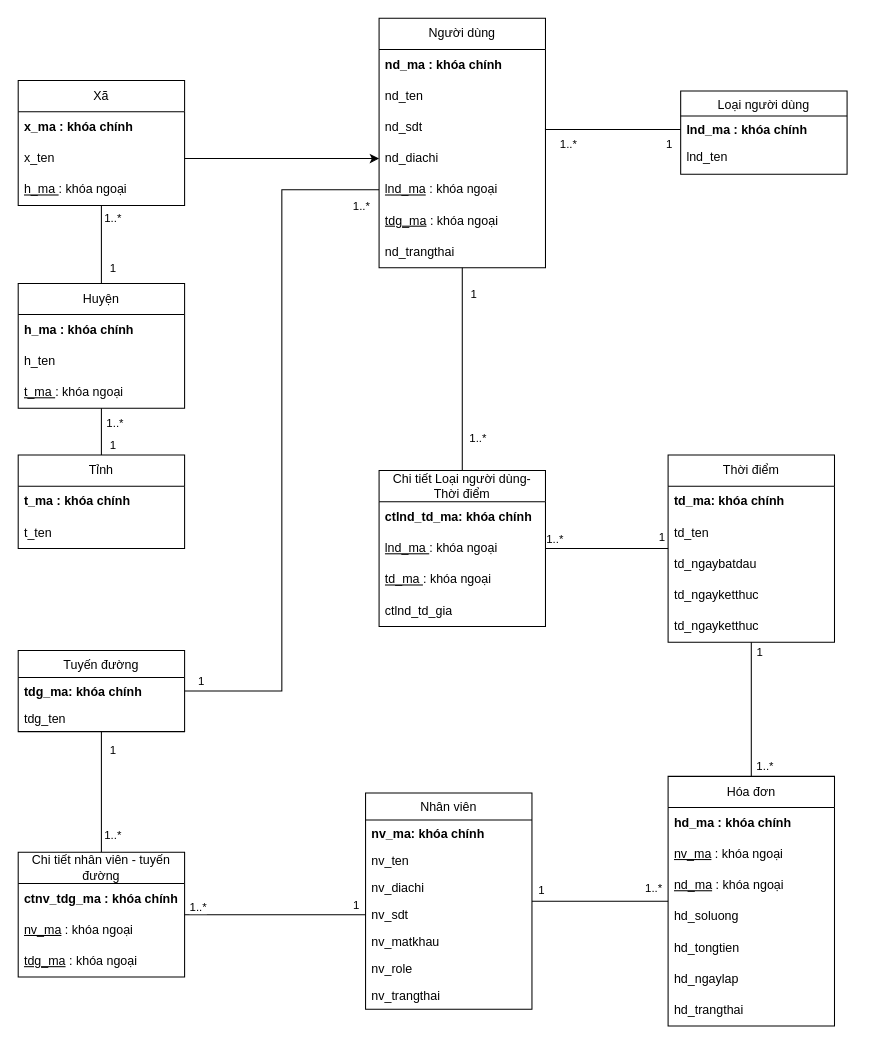
This is Untitled Diagram.drawio from vinhb2012055/HTTT, a draw.io file, before an edit. Source tidied: cells renumbered, new cells numbered last; positions are measured from the earlier drawing's top-left corner, leaving out a move shared by most shapes. Both pictures are drawn from the tidied source at 104%, with x=0, y=0 at pixel (18, 18).
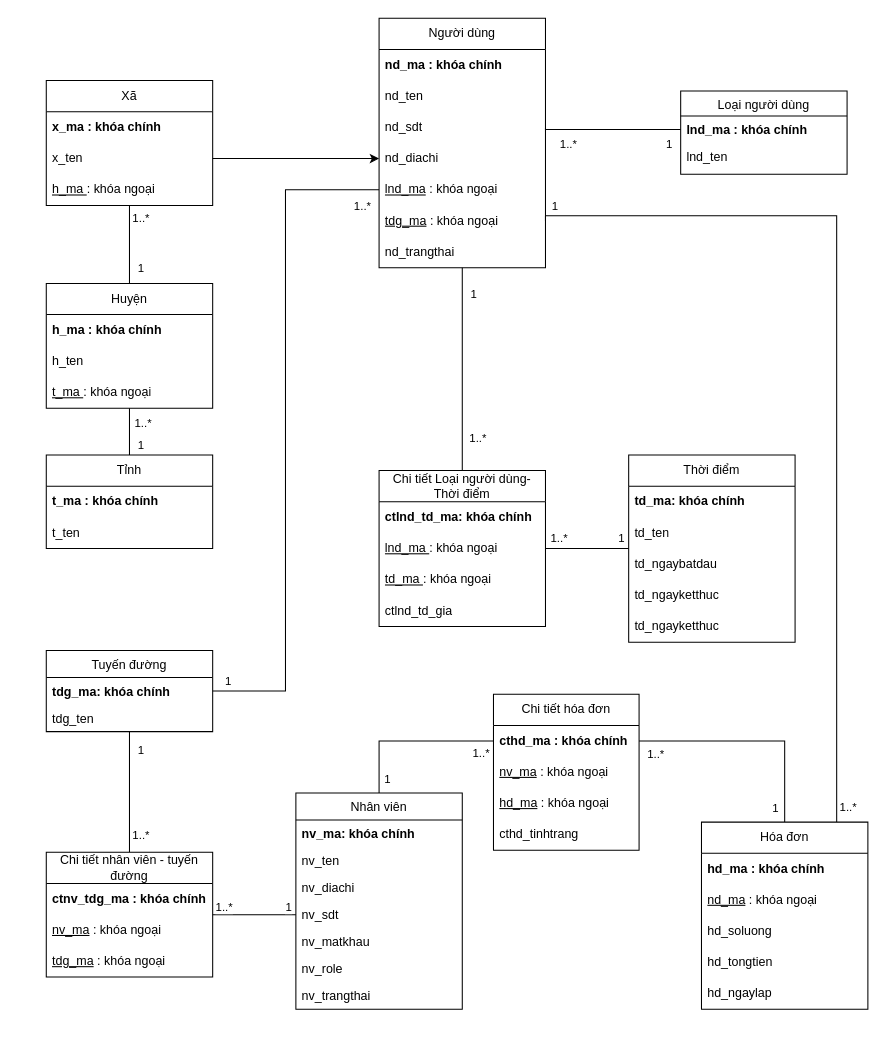
The same page after the edit.

The change refers to these unchanged cells:
```xml
<mxCell id="9" value="tdg_ma: khóa chính" style="text;align=left;verticalAlign=top;spacingLeft=4;spacingRight=4;overflow=hidden;points=[[0,0.5],[1,0.5]];portConstraint=eastwest;fontStyle=1;" parent="8" vertex="1">
  <mxGeometry y="26" width="160" height="26" as="geometry" />
</mxCell>
<mxCell id="22" style="edgeStyle=orthogonalEdgeStyle;rounded=0;jettySize=auto;html=1;entryX=1;entryY=0.5;entryDx=0;entryDy=0;endArrow=none;endFill=0;" parent="1" edge="1" source="28" target="39">
  <mxGeometry relative="1" as="geometry" />
</mxCell>
<mxCell id="64" value="&lt;u&gt;lnd_ma&lt;/u&gt; : khóa ngoại" style="text;strokeColor=none;fillColor=none;align=left;verticalAlign=middle;spacingLeft=4;spacingRight=4;overflow=hidden;points=[[0,0.5],[1,0.5]];portConstraint=eastwest;whiteSpace=wrap;html=1;" parent="59" vertex="1">
  <mxGeometry y="150" width="160" height="30" as="geometry" />
</mxCell>
<mxCell id="65" value="&lt;u&gt;tdg_ma&lt;/u&gt; : khóa ngoại" style="text;strokeColor=none;fillColor=none;align=left;verticalAlign=middle;spacingLeft=4;spacingRight=4;overflow=hidden;points=[[0,0.5],[1,0.5]];portConstraint=eastwest;whiteSpace=wrap;html=1;" parent="59" vertex="1">
  <mxGeometry y="180" width="160" height="30" as="geometry" />
</mxCell>
<mxCell id="70" style="edgeStyle=orthogonalEdgeStyle;rounded=0;jettySize=auto;html=1;entryX=0;entryY=0.5;entryDx=0;entryDy=0;endArrow=none;endFill=0;" parent="1" edge="1" source="73" target="18">
  <mxGeometry relative="1" as="geometry" />
</mxCell>
```

Change to the diagram source:
```diff
@@
     <mxCell id="8" value="Tuyến đường" style="swimlane;fontStyle=0;align=center;verticalAlign=top;horizontal=1;startSize=26;rounded=0;shadow=0;strokeWidth=1;" parent="1" vertex="1">
-      <mxGeometry y="608" width="160" height="78" as="geometry" />
+      <mxGeometry x="27" y="608" width="160" height="78" as="geometry" />
     </mxCell>
@@
-    <mxCell id="11" style="edgeStyle=orthogonalEdgeStyle;rounded=0;jettySize=auto;html=1;endArrow=none;endFill=0;" parent="1" edge="1" source="14" target="77">
-      <mxGeometry relative="1" as="geometry" />
-    </mxCell>
-    <mxCell id="12" value="1..*" style="edgeLabel;html=1;align=center;verticalAlign=middle;" parent="11" vertex="1">
-      <mxGeometry x="0.88" y="-4" relative="1" as="geometry">
-        <mxPoint x="-7" y="-17" as="offset" />
-      </mxGeometry>
-    </mxCell>
-    <mxCell id="13" value="1" style="edgeLabel;html=1;align=center;verticalAlign=middle;" parent="11" vertex="1">
-      <mxGeometry x="-0.87" relative="1" as="geometry">
-        <mxPoint x="-1" y="-11" as="offset" />
-      </mxGeometry>
-    </mxCell>
+    <mxCell id="89" style="edgeStyle=orthogonalEdgeStyle;rounded=0;jettySize=auto;html=1;exitX=0.5;exitY=0;exitDx=0;exitDy=0;entryX=0;entryY=0.5;entryDx=0;entryDy=0;endArrow=none;endFill=0;" parent="1" edge="1" source="14" target="96">
+      <mxGeometry relative="1" as="geometry" />
+    </mxCell>
+    <mxCell id="90" value="1" style="edgeLabel;html=1;align=center;verticalAlign=middle;" parent="89" vertex="1">
+      <mxGeometry x="-0.78" y="1" relative="1" as="geometry">
+        <mxPoint x="8" y="4" as="offset" />
+      </mxGeometry>
+    </mxCell>
+    <mxCell id="91" value="1..*" style="edgeLabel;html=1;align=center;verticalAlign=middle;" parent="89" vertex="1">
+      <mxGeometry x="0.68" y="3" relative="1" as="geometry">
+        <mxPoint x="13" y="14" as="offset" />
+      </mxGeometry>
+    </mxCell>
     <mxCell id="14" value="Nhân viên&#10;" style="swimlane;fontStyle=0;align=center;verticalAlign=top;horizontal=1;startSize=26;rounded=0;shadow=0;strokeWidth=1;" parent="1" vertex="1">
-      <mxGeometry x="334" y="745" width="160" height="208" as="geometry" />
+      <mxGeometry x="267" y="745" width="160" height="208" as="geometry" />
     </mxCell>
@@
     <mxCell id="23" value="1..*" style="edgeLabel;html=1;align=center;verticalAlign=middle;" parent="22" vertex="1">
       <mxGeometry x="0.81" y="2" relative="1" as="geometry">
-        <mxPoint x="-2" y="-12" as="offset" />
+        <mxPoint x="4" y="-13" as="offset" />
       </mxGeometry>
     </mxCell>
     <mxCell id="24" value="1" style="edgeLabel;html=1;align=center;verticalAlign=middle;" parent="22" vertex="1">
       <mxGeometry x="-0.78" y="-4" relative="1" as="geometry">
-        <mxPoint x="7" y="-8" as="offset" />
+        <mxPoint x="1" y="-7" as="offset" />
       </mxGeometry>
     </mxCell>
-    <mxCell id="25" style="edgeStyle=orthogonalEdgeStyle;rounded=0;jettySize=auto;html=1;endArrow=none;endFill=0;" parent="1" edge="1" source="28" target="77">
-      <mxGeometry relative="1" as="geometry" />
-    </mxCell>
-    <mxCell id="26" value="1" style="edgeLabel;html=1;align=center;verticalAlign=middle;" parent="25" vertex="1">
-      <mxGeometry x="-0.64" y="3" relative="1" as="geometry">
-        <mxPoint x="5" y="-14" as="offset" />
-      </mxGeometry>
-    </mxCell>
-    <mxCell id="27" value="1..*" style="edgeLabel;html=1;align=center;verticalAlign=middle;" parent="25" vertex="1">
-      <mxGeometry x="0.63" y="1" relative="1" as="geometry">
-        <mxPoint x="12" y="13" as="offset" />
-      </mxGeometry>
-    </mxCell>
     <mxCell id="28" value="Thời điểm" style="swimlane;fontStyle=0;horizontal=1;startSize=30;whiteSpace=wrap;html=1;" parent="1" vertex="1">
-      <mxGeometry x="624.9" y="420" width="160" height="180" as="geometry" />
+      <mxGeometry x="587" y="420" width="160" height="180" as="geometry" />
     </mxCell>
@@
     <mxCell id="45" value="Tỉnh" style="swimlane;fontStyle=0;horizontal=1;startSize=30;whiteSpace=wrap;html=1;" parent="1" vertex="1">
-      <mxGeometry y="420" width="160" height="90" as="geometry" />
+      <mxGeometry x="27" y="420" width="160" height="90" as="geometry" />
     </mxCell>
@@
     <mxCell id="51" value="Huyện" style="swimlane;fontStyle=0;horizontal=1;startSize=30;whiteSpace=wrap;html=1;" parent="1" vertex="1">
-      <mxGeometry y="255" width="160" height="120" as="geometry" />
+      <mxGeometry x="27" y="255" width="160" height="120" as="geometry" />
     </mxCell>
@@
     <mxCell id="55" value="Xã" style="swimlane;fontStyle=0;horizontal=1;startSize=30;whiteSpace=wrap;html=1;" parent="1" vertex="1">
-      <mxGeometry y="60" width="160" height="120" as="geometry" />
+      <mxGeometry x="27" y="60" width="160" height="120" as="geometry" />
     </mxCell>
@@
     <mxCell id="71" value="1..*" style="edgeLabel;html=1;align=center;verticalAlign=middle;" parent="70" vertex="1">
       <mxGeometry x="-0.84" y="1" relative="1" as="geometry">
-        <mxPoint x="-2" y="-7" as="offset" />
+        <mxPoint x="4" y="-7" as="offset" />
       </mxGeometry>
     </mxCell>
     <mxCell id="72" value="1" style="edgeLabel;html=1;align=center;verticalAlign=middle;" parent="70" vertex="1">
       <mxGeometry x="0.87" y="1" relative="1" as="geometry">
-        <mxPoint x="1" y="-9" as="offset" />
+        <mxPoint x="-3" y="-7" as="offset" />
       </mxGeometry>
     </mxCell>
     <mxCell id="73" value="Chi tiết nhân viên - tuyến đường" style="swimlane;fontStyle=0;horizontal=1;startSize=30;whiteSpace=wrap;html=1;" parent="1" vertex="1">
-      <mxGeometry y="802" width="160" height="120" as="geometry" />
+      <mxGeometry x="27" y="802" width="160" height="120" as="geometry" />
     </mxCell>
@@
+    <mxCell id="92" style="edgeStyle=orthogonalEdgeStyle;rounded=0;jettySize=auto;html=1;exitX=0.5;exitY=0;exitDx=0;exitDy=0;entryX=1;entryY=0.5;entryDx=0;entryDy=0;endArrow=none;endFill=0;" parent="1" edge="1" source="77" target="96">
+      <mxGeometry relative="1" as="geometry" />
+    </mxCell>
+    <mxCell id="93" value="1..*" style="edgeLabel;html=1;align=center;verticalAlign=middle;" parent="92" vertex="1">
+      <mxGeometry x="0.8" y="-1" relative="1" as="geometry">
+        <mxPoint x="-7" y="13" as="offset" />
+      </mxGeometry>
+    </mxCell>
+    <mxCell id="94" value="1" style="edgeLabel;html=1;align=center;verticalAlign=middle;" parent="92" vertex="1">
+      <mxGeometry x="-0.81" relative="1" as="geometry">
+        <mxPoint x="-10" y="7" as="offset" />
+      </mxGeometry>
+    </mxCell>
     <mxCell id="77" value="Hóa đơn" style="swimlane;fontStyle=0;horizontal=1;startSize=30;whiteSpace=wrap;html=1;" parent="1" vertex="1">
-      <mxGeometry x="624.9" y="729" width="160" height="240" as="geometry" />
+      <mxGeometry x="657" y="773" width="160" height="180" as="geometry" />
     </mxCell>
@@
-    <mxCell id="79" value="&lt;u&gt;nv_ma&lt;/u&gt; : khóa ngoại" style="text;strokeColor=none;fillColor=none;align=left;verticalAlign=middle;spacingLeft=4;spacingRight=4;overflow=hidden;whiteSpace=wrap;html=1;" parent="77" vertex="1">
-      <mxGeometry y="60" width="160" height="30" as="geometry" />
-    </mxCell>
     <mxCell id="80" value="&lt;u&gt;nd_ma&lt;/u&gt; : khóa ngoại" style="text;strokeColor=none;fillColor=none;align=left;verticalAlign=middle;spacingLeft=4;spacingRight=4;overflow=hidden;whiteSpace=wrap;html=1;" parent="77" vertex="1">
-      <mxGeometry y="90" width="160" height="30" as="geometry" />
+      <mxGeometry y="60" width="160" height="30" as="geometry" />
     </mxCell>
     <mxCell id="81" value="hd_soluong" style="text;strokeColor=none;fillColor=none;align=left;verticalAlign=middle;spacingLeft=4;spacingRight=4;overflow=hidden;whiteSpace=wrap;html=1;" parent="77" vertex="1">
-      <mxGeometry y="120" width="160" height="30" as="geometry" />
+      <mxGeometry y="90" width="160" height="30" as="geometry" />
     </mxCell>
     <mxCell id="82" value="hd_tongtien" style="text;strokeColor=none;fillColor=none;align=left;verticalAlign=middle;spacingLeft=4;spacingRight=4;overflow=hidden;whiteSpace=wrap;html=1;" parent="77" vertex="1">
-      <mxGeometry y="150" width="160" height="30" as="geometry" />
+      <mxGeometry y="120" width="160" height="30" as="geometry" />
     </mxCell>
     <mxCell id="83" value="hd_ngaylap" style="text;strokeColor=none;fillColor=none;align=left;verticalAlign=middle;spacingLeft=4;spacingRight=4;overflow=hidden;whiteSpace=wrap;html=1;" parent="77" vertex="1">
-      <mxGeometry y="180" width="160" height="30" as="geometry" />
+      <mxGeometry y="150" width="160" height="30" as="geometry" />
     </mxCell>
-    <mxCell id="84" value="hd_trangthai" style="text;strokeColor=none;fillColor=none;align=left;verticalAlign=middle;spacingLeft=4;spacingRight=4;overflow=hidden;whiteSpace=wrap;html=1;" parent="77" vertex="1">
-      <mxGeometry y="210" width="160" height="30" as="geometry" />
-    </mxCell>
     <mxCell id="85" style="edgeStyle=orthogonalEdgeStyle;rounded=0;jettySize=auto;html=1;entryX=1;entryY=0.5;entryDx=0;entryDy=0;endArrow=none;endFill=0;" parent="1" edge="1" source="64" target="9">
-      <mxGeometry relative="1" as="geometry" />
+      <mxGeometry relative="1" as="geometry">
+        <Array as="points">
+          <mxPoint x="257" y="165" />
+          <mxPoint x="257" y="647" />
+        </Array>
+      </mxGeometry>
     </mxCell>
@@
+    <mxCell id="95" value="Chi tiết hóa đơn" style="swimlane;fontStyle=0;horizontal=1;startSize=30;whiteSpace=wrap;html=1;" parent="1" vertex="1">
+      <mxGeometry x="457" y="650" width="140" height="150" as="geometry" />
+    </mxCell>
+    <mxCell id="96" value="cthd_ma : khóa chính" style="text;strokeColor=none;fillColor=none;align=left;verticalAlign=middle;spacingLeft=4;spacingRight=4;overflow=hidden;points=[[0,0.5],[1,0.5]];portConstraint=eastwest;whiteSpace=wrap;html=1;fontStyle=1;" parent="95" vertex="1">
+      <mxGeometry y="30" width="140" height="30" as="geometry" />
+    </mxCell>
+    <mxCell id="79" value="&lt;u&gt;nv_ma&lt;/u&gt; : khóa ngoại" style="text;strokeColor=none;fillColor=none;align=left;verticalAlign=middle;spacingLeft=4;spacingRight=4;overflow=hidden;whiteSpace=wrap;html=1;" parent="95" vertex="1">
+      <mxGeometry y="60" width="140" height="30" as="geometry" />
+    </mxCell>
+    <mxCell id="97" value="&lt;u&gt;hd_ma&lt;/u&gt; : khóa ngoại" style="text;strokeColor=none;fillColor=none;align=left;verticalAlign=middle;spacingLeft=4;spacingRight=4;overflow=hidden;whiteSpace=wrap;html=1;" parent="95" vertex="1">
+      <mxGeometry y="90" width="140" height="30" as="geometry" />
+    </mxCell>
+    <mxCell id="98" value="cthd_tinhtrang" style="text;strokeColor=none;fillColor=none;align=left;verticalAlign=middle;spacingLeft=4;spacingRight=4;overflow=hidden;whiteSpace=wrap;html=1;" parent="95" vertex="1">
+      <mxGeometry y="120" width="140" height="30" as="geometry" />
+    </mxCell>
+    <mxCell id="99" style="edgeStyle=orthogonalEdgeStyle;rounded=0;jettySize=auto;html=1;entryX=1;entryY=0.5;entryDx=0;entryDy=0;endArrow=none;endFill=0;" parent="1" edge="1" source="77" target="65">
+      <mxGeometry relative="1" as="geometry">
+        <Array as="points">
+          <mxPoint x="787" y="190" />
+          <mxPoint x="507" y="190" />
+        </Array>
+      </mxGeometry>
+    </mxCell>
+    <mxCell id="100" value="1" style="edgeLabel;html=1;align=center;verticalAlign=middle;" parent="99" vertex="1">
+      <mxGeometry x="0.94" y="-5" relative="1" as="geometry">
+        <mxPoint x="-13" y="-5" as="offset" />
+      </mxGeometry>
+    </mxCell>
+    <mxCell id="101" value="1..*" style="edgeLabel;html=1;align=center;verticalAlign=middle;" parent="99" vertex="1">
+      <mxGeometry x="-0.94" y="1" relative="1" as="geometry">
+        <mxPoint x="11" y="11" as="offset" />
+      </mxGeometry>
+    </mxCell>
```
